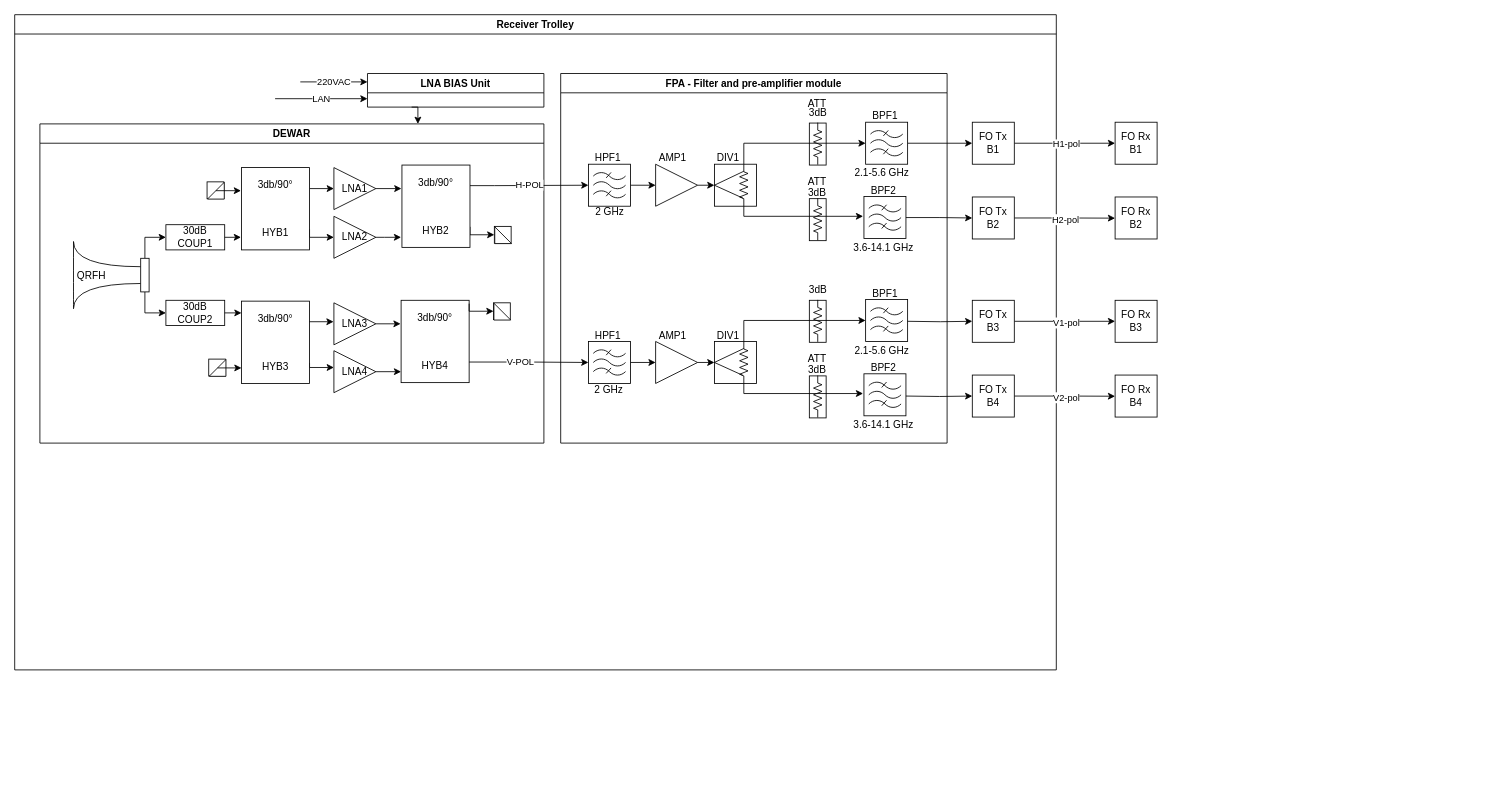
Above: vlbi2-Nn.drawio in faksdal/vlbi (draw.io), before the change. Source tidied: cells renumbered, new cells numbered last; positions are measured from the earlier drawing's top-left corner, leaving out a move shared by most shapes. Both pictures are drawn from the tidied source at 84%, with x=0, y=0 at pixel (14, 14).
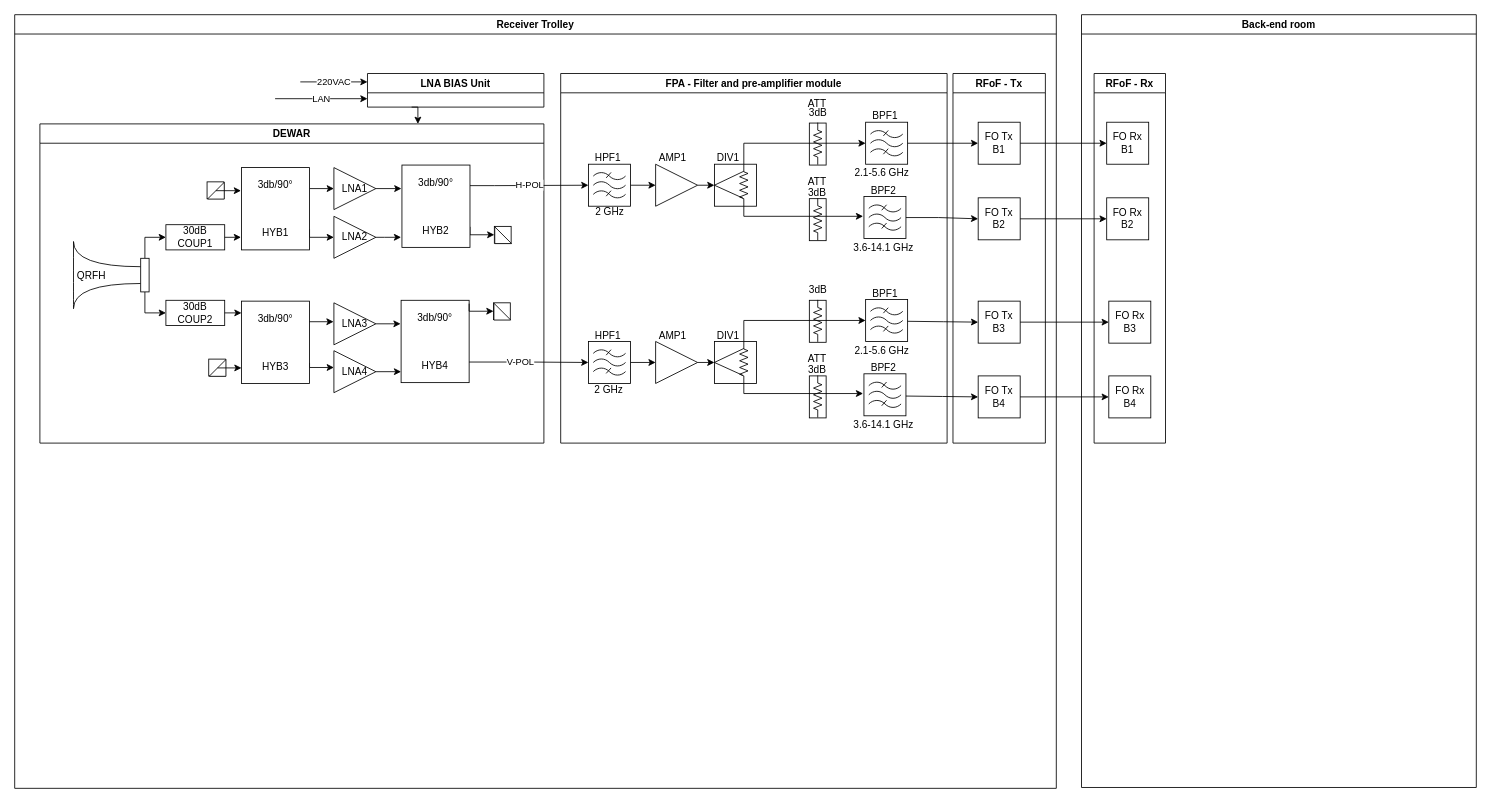
The same page after the edit.

The change refers to these unchanged cells:
```xml
<mxCell id="5" value="FPA - Filter and pre-amplifier module" style="swimlane;whiteSpace=wrap;html=1;" parent="2" vertex="1">
  <mxGeometry x="650" y="70" width="460" height="440" as="geometry" />
</mxCell>
<mxCell id="27" style="verticalLabelPosition=bottom;shadow=0;dashed=0;align=center;html=1;verticalAlign=top;shape=mxgraph.electrical.abstract.filter;rotation=0;" parent="5" vertex="1">
  <mxGeometry x="361" y="146.5" width="50" height="50" as="geometry" />
</mxCell>
<mxCell id="30" style="verticalLabelPosition=bottom;shadow=0;dashed=0;align=center;html=1;verticalAlign=top;shape=mxgraph.electrical.abstract.filter;rotation=0;" parent="5" vertex="1">
  <mxGeometry x="363" y="58" width="50" height="50" as="geometry" />
</mxCell>
```

The edit, as a diff of the source:
```diff
@@
     <mxCell id="2" value="Receiver Trolley" style="swimlane;whiteSpace=wrap;html=1;" parent="1" vertex="1">
-      <mxGeometry width="1240" height="780" as="geometry" />
+      <mxGeometry width="1240" height="921" as="geometry" />
     </mxCell>
@@
-    <mxCell id="29" style="edgeStyle=orthogonalEdgeStyle;rounded=0;jettySize=auto;html=1;exitX=1;exitY=0.5;exitDx=0;exitDy=0;exitPerimeter=0;entryX=0;entryY=0.5;entryDx=0;entryDy=0;" parent="5" edge="1" source="30" target="35">
-      <mxGeometry relative="1" as="geometry" />
-    </mxCell>
@@
-    <mxCell id="33" style="edgeStyle=orthogonalEdgeStyle;rounded=0;jettySize=auto;html=1;exitX=1;exitY=0.5;exitDx=0;exitDy=0;" parent="5" edge="1" source="35">
-      <mxGeometry relative="1" as="geometry">
-        <mxPoint x="660" y="83" as="targetPoint" />
-      </mxGeometry>
-    </mxCell>
-    <mxCell id="34" value="&lt;div style=&quot;line-height: 100%;&quot;&gt;H1-pol&lt;/div&gt;" style="edgeLabel;html=1;align=center;verticalAlign=middle;" parent="33" vertex="1">
-      <mxGeometry x="0.03" relative="1" as="geometry" />
-    </mxCell>
-    <mxCell id="35" value="&lt;div&gt;FO Tx&lt;/div&gt;&lt;div&gt;B1&lt;/div&gt;" style="whiteSpace=wrap;html=1;rotation=0;" parent="5" vertex="1">
-      <mxGeometry x="490" y="58" width="50" height="50" as="geometry" />
-    </mxCell>
@@
-    <mxCell id="64" style="edgeStyle=orthogonalEdgeStyle;rounded=0;jettySize=auto;html=1;exitX=1;exitY=0.5;exitDx=0;exitDy=0;" parent="2" edge="1" source="66">
-      <mxGeometry relative="1" as="geometry">
-        <mxPoint x="1310" y="242.2" as="targetPoint" />
-      </mxGeometry>
-    </mxCell>
-    <mxCell id="65" value="H2-pol" style="edgeLabel;html=1;align=center;verticalAlign=middle;" parent="64" vertex="1">
-      <mxGeometry x="0.01" y="-1" relative="1" as="geometry" />
-    </mxCell>
-    <mxCell id="66" value="&lt;div&gt;FO Tx&lt;/div&gt;&lt;div&gt;B2&lt;/div&gt;" style="whiteSpace=wrap;html=1;rotation=0;" parent="2" vertex="1">
-      <mxGeometry x="1140" y="217" width="50" height="50" as="geometry" />
-    </mxCell>
-    <mxCell id="67" style="edgeStyle=orthogonalEdgeStyle;rounded=0;jettySize=auto;html=1;exitX=1;exitY=0.5;exitDx=0;exitDy=0;exitPerimeter=0;entryX=0;entryY=0.5;entryDx=0;entryDy=0;" parent="2" edge="1" source="27" target="66">
-      <mxGeometry relative="1" as="geometry" />
-    </mxCell>
@@
-    <mxCell id="69" style="edgeStyle=orthogonalEdgeStyle;rounded=0;jettySize=auto;html=1;exitX=1;exitY=0.5;exitDx=0;exitDy=0;" parent="2" edge="1" source="71">
-      <mxGeometry relative="1" as="geometry">
-        <mxPoint x="1310" y="365" as="targetPoint" />
-      </mxGeometry>
-    </mxCell>
-    <mxCell id="70" value="V1-pol" style="edgeLabel;html=1;align=center;verticalAlign=middle;" parent="69" vertex="1">
-      <mxGeometry x="0.03" y="-1" relative="1" as="geometry" />
-    </mxCell>
-    <mxCell id="71" value="&lt;div&gt;FO Tx&lt;/div&gt;&lt;div&gt;B3&lt;/div&gt;" style="whiteSpace=wrap;html=1;rotation=0;" parent="2" vertex="1">
-      <mxGeometry x="1140" y="340" width="50" height="50" as="geometry" />
-    </mxCell>
-    <mxCell id="72" style="edgeStyle=orthogonalEdgeStyle;rounded=0;jettySize=auto;html=1;exitX=1;exitY=0.5;exitDx=0;exitDy=0;" parent="2" edge="1" source="74">
-      <mxGeometry relative="1" as="geometry">
-        <mxPoint x="1310" y="454.2" as="targetPoint" />
-      </mxGeometry>
-    </mxCell>
-    <mxCell id="73" value="V2-pol" style="edgeLabel;html=1;align=center;verticalAlign=middle;" parent="72" vertex="1">
-      <mxGeometry x="0.02" y="-1" relative="1" as="geometry" />
-    </mxCell>
-    <mxCell id="74" value="&lt;div&gt;FO Tx&lt;/div&gt;&lt;div&gt;B4&lt;/div&gt;" style="whiteSpace=wrap;html=1;rotation=0;" parent="2" vertex="1">
-      <mxGeometry x="1140" y="429" width="50" height="50" as="geometry" />
-    </mxCell>
@@
+    <mxCell id="126" value="RFoF - Tx" style="swimlane;whiteSpace=wrap;html=1;" parent="1" vertex="1">
+      <mxGeometry x="1117" y="70" width="110" height="440" as="geometry" />
+    </mxCell>
+    <mxCell id="35" value="&lt;div&gt;FO Tx&lt;/div&gt;&lt;div&gt;B1&lt;/div&gt;" style="whiteSpace=wrap;html=1;rotation=0;" parent="126" vertex="1">
+      <mxGeometry x="30" y="58" width="50" height="50" as="geometry" />
+    </mxCell>
+    <mxCell id="66" value="&lt;div&gt;FO Tx&lt;/div&gt;&lt;div&gt;B2&lt;/div&gt;" style="whiteSpace=wrap;html=1;rotation=0;" parent="126" vertex="1">
+      <mxGeometry x="30" y="148" width="50" height="50" as="geometry" />
+    </mxCell>
+    <mxCell id="71" value="&lt;div&gt;FO Tx&lt;/div&gt;&lt;div&gt;B3&lt;/div&gt;" style="whiteSpace=wrap;html=1;rotation=0;" parent="126" vertex="1">
+      <mxGeometry x="30" y="271" width="50" height="50" as="geometry" />
+    </mxCell>
+    <mxCell id="74" value="&lt;div&gt;FO Tx&lt;/div&gt;&lt;div&gt;B4&lt;/div&gt;" style="whiteSpace=wrap;html=1;rotation=0;" parent="126" vertex="1">
+      <mxGeometry x="30" y="360" width="50" height="50" as="geometry" />
+    </mxCell>
+    <mxCell id="29" style="edgeStyle=orthogonalEdgeStyle;rounded=0;jettySize=auto;html=1;exitX=1;exitY=0.5;exitDx=0;exitDy=0;exitPerimeter=0;entryX=0;entryY=0.5;entryDx=0;entryDy=0;" parent="1" edge="1" source="30" target="35">
+      <mxGeometry relative="1" as="geometry" />
+    </mxCell>
+    <mxCell id="67" style="edgeStyle=orthogonalEdgeStyle;rounded=0;jettySize=auto;html=1;exitX=1;exitY=0.5;exitDx=0;exitDy=0;exitPerimeter=0;entryX=0;entryY=0.5;entryDx=0;entryDy=0;" parent="1" edge="1" source="27" target="66">
+      <mxGeometry relative="1" as="geometry">
+        <Array as="points">
+          <mxPoint x="1100" y="241" />
+          <mxPoint x="1147" y="242" />
+        </Array>
+      </mxGeometry>
+    </mxCell>
+    <mxCell id="127" value="Back-end room" style="swimlane;whiteSpace=wrap;html=1;" parent="1" vertex="1">
+      <mxGeometry x="1270" width="470" height="920" as="geometry" />
+    </mxCell>
+    <mxCell id="128" value="RFoF - Rx" style="swimlane;whiteSpace=wrap;html=1;" parent="127" vertex="1">
+      <mxGeometry x="15" y="70" width="85" height="440" as="geometry" />
+    </mxCell>
-    <mxCell id="122" value="&lt;div&gt;FO Rx&lt;/div&gt;&lt;div&gt;B1&lt;/div&gt;" style="whiteSpace=wrap;html=1;rotation=0;" parent="1" vertex="1">
-      <mxGeometry x="1310" y="128" width="50" height="50" as="geometry" />
+    <mxCell id="122" value="&lt;div&gt;FO Rx&lt;/div&gt;&lt;div&gt;B1&lt;/div&gt;" style="whiteSpace=wrap;html=1;rotation=0;" parent="128" vertex="1">
+      <mxGeometry x="15" y="58" width="50" height="50" as="geometry" />
     </mxCell>
-    <mxCell id="123" value="&lt;div&gt;FO Rx&lt;/div&gt;&lt;div&gt;B2&lt;/div&gt;" style="whiteSpace=wrap;html=1;rotation=0;" parent="1" vertex="1">
-      <mxGeometry x="1310" y="217" width="50" height="50" as="geometry" />
+    <mxCell id="123" value="&lt;div&gt;FO Rx&lt;/div&gt;&lt;div&gt;B2&lt;/div&gt;" style="whiteSpace=wrap;html=1;rotation=0;" parent="128" vertex="1">
+      <mxGeometry x="15" y="148" width="50" height="50" as="geometry" />
     </mxCell>
-    <mxCell id="124" value="&lt;div&gt;FO Rx&lt;/div&gt;&lt;div&gt;B3&lt;/div&gt;" style="whiteSpace=wrap;html=1;rotation=0;" parent="1" vertex="1">
-      <mxGeometry x="1310" y="340" width="50" height="50" as="geometry" />
+    <mxCell id="124" value="&lt;div&gt;FO Rx&lt;/div&gt;&lt;div&gt;B3&lt;/div&gt;" style="whiteSpace=wrap;html=1;rotation=0;" parent="128" vertex="1">
+      <mxGeometry x="17.5" y="271" width="50" height="50" as="geometry" />
     </mxCell>
-    <mxCell id="125" value="&lt;div&gt;FO Rx&lt;/div&gt;&lt;div&gt;B4&lt;/div&gt;" style="whiteSpace=wrap;html=1;rotation=0;" parent="1" vertex="1">
-      <mxGeometry x="1310" y="429" width="50" height="50" as="geometry" />
+    <mxCell id="125" value="&lt;div&gt;FO Rx&lt;/div&gt;&lt;div&gt;B4&lt;/div&gt;" style="whiteSpace=wrap;html=1;rotation=0;" parent="128" vertex="1">
+      <mxGeometry x="17.5" y="360" width="50" height="50" as="geometry" />
     </mxCell>
+    <mxCell id="129" style="edgeStyle=orthogonalEdgeStyle;rounded=0;jettySize=auto;html=1;exitX=1;exitY=0.5;exitDx=0;exitDy=0;entryX=0;entryY=0.5;entryDx=0;entryDy=0;" parent="1" edge="1" source="35" target="122">
+      <mxGeometry relative="1" as="geometry" />
+    </mxCell>
+    <mxCell id="130" style="edgeStyle=orthogonalEdgeStyle;rounded=0;jettySize=auto;html=1;exitX=1;exitY=0.5;exitDx=0;exitDy=0;entryX=0;entryY=0.5;entryDx=0;entryDy=0;" parent="1" edge="1" source="66" target="123">
+      <mxGeometry relative="1" as="geometry" />
+    </mxCell>
+    <mxCell id="131" style="edgeStyle=orthogonalEdgeStyle;rounded=0;jettySize=auto;html=1;exitX=1;exitY=0.5;exitDx=0;exitDy=0;entryX=0;entryY=0.5;entryDx=0;entryDy=0;" parent="1" edge="1" source="71" target="124">
+      <mxGeometry relative="1" as="geometry" />
+    </mxCell>
+    <mxCell id="132" style="edgeStyle=orthogonalEdgeStyle;rounded=0;jettySize=auto;html=1;exitX=1;exitY=0.5;exitDx=0;exitDy=0;entryX=0;entryY=0.5;entryDx=0;entryDy=0;" parent="1" edge="1" source="74" target="125">
+      <mxGeometry relative="1" as="geometry" />
+    </mxCell>
```
